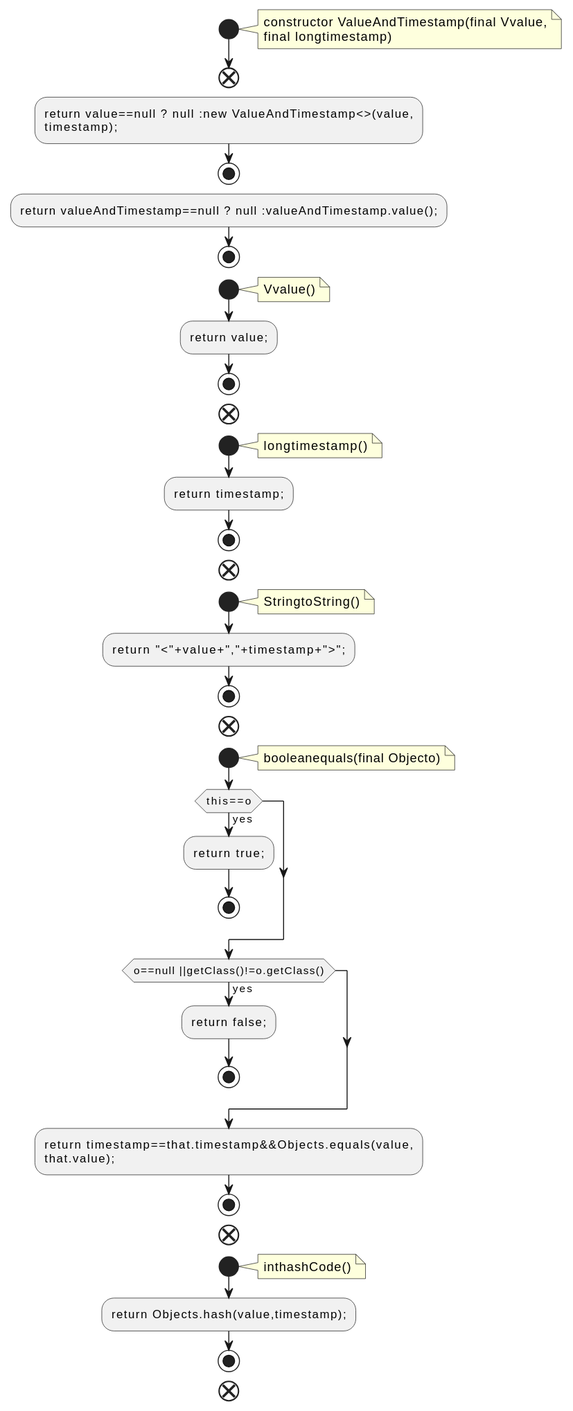
This is docs/qc/streams/src/main/java/org/apache/kafka/streams/state/ValueAndTimestamp.java.fct.svg from qualitesys/kafka, a PlantUML export, as it was before one commit.
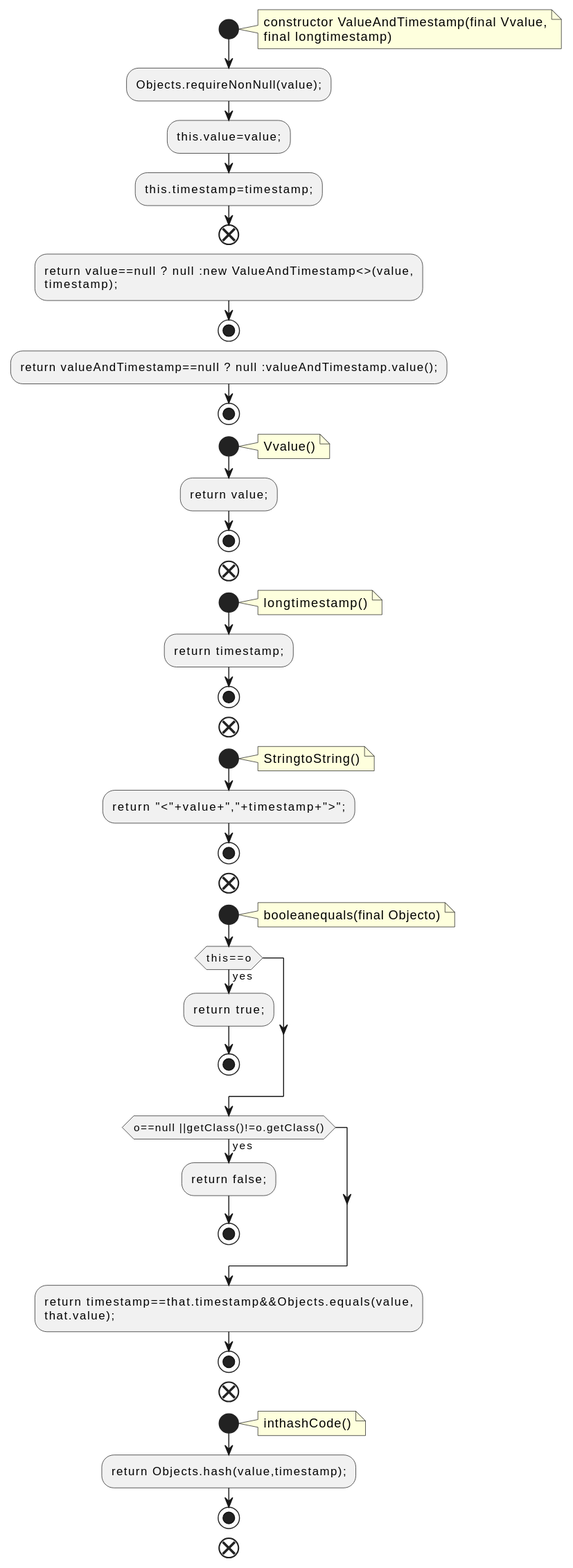
The same file after the commit.

What changed in the source:
```diff
@@ -5,6 +5,9 @@
 constructor ValueAndTimestamp(final Vvalue,
 final longtimestamp)
 end note
+:Objects.requireNonNull(value);;
+:this.value=value;;
+:this.timestamp=timestamp;;
 end
 :return value==null ? null :new ValueAndTimestamp<>(value,
 timestamp);;
```
